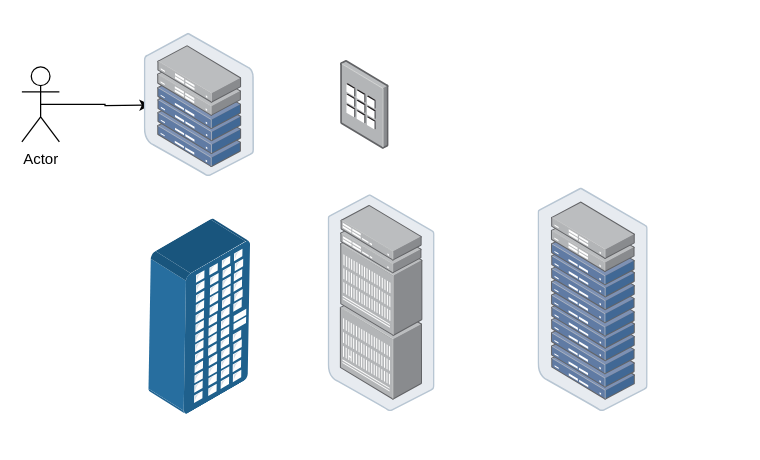
Above: 底层抽象原理.drawio in mingtian110/pc_home (draw.io), before the change. Source tidied: cells renumbered, new cells numbered last; positions are measured from the earlier drawing's top-left corner, leaving out a move shared by most shapes. Both pictures are drawn from the tidied source at 125%, with x=0, y=0 at pixel (21, 32).
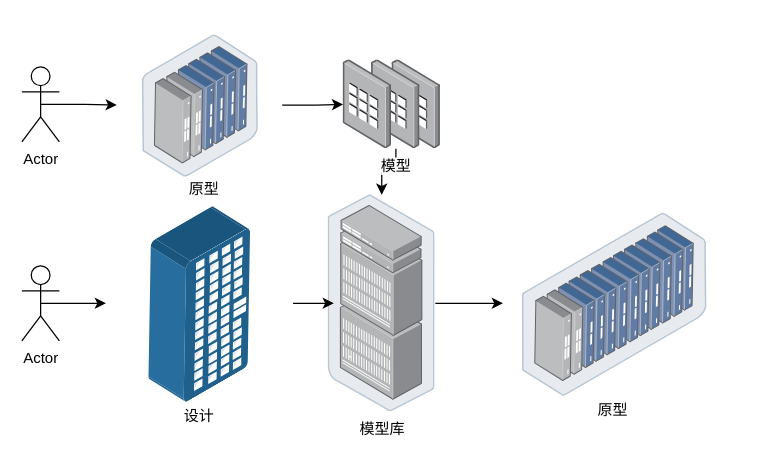
After the change.

Commit message:
更新底层抽象原理.drawio

What changed in the source:
```diff
@@
 <mxGraphModel>
   <root>
     <mxCell id="0" />
     <mxCell id="1" parent="0" />
-    <mxCell id="2" style="edgeStyle=orthogonalEdgeStyle;rounded=0;jettySize=auto;html=1;exitX=0.5;exitY=0.5;exitDx=0;exitDy=0;exitPerimeter=0;" parent="1" edge="1" source="3">
-      <mxGeometry relative="1" as="geometry">
-        <mxPoint x="103" y="57.5" as="targetPoint" />
-      </mxGeometry>
-    </mxCell>
+    <mxCell id="9" style="edgeStyle=orthogonalEdgeStyle;rounded=0;jettySize=auto;html=1;exitX=0.5;exitY=0.5;exitDx=0;exitDy=0;exitPerimeter=0;" parent="1" edge="1" source="3" target="7">
+      <mxGeometry relative="1" as="geometry" />
+    </mxCell>
     <mxCell id="3" value="Actor" style="shape=umlActor;verticalLabelPosition=bottom;verticalAlign=top;html=1;outlineConnect=0;" parent="1" vertex="1">
       <mxGeometry y="27" width="30" height="60" as="geometry" />
     </mxCell>
     <mxCell id="4" style="html=1;align=center;shadow=0;dashed=0;image;image=img/lib/allied_telesis/computer_and_terminals/Keypad.svg;" parent="1" vertex="1">
-      <mxGeometry x="255" y="22" width="39" height="71" as="geometry" />
+      <mxGeometry x="296.1" y="21.5" width="39" height="71" as="geometry" />
     </mxCell>
+    <mxCell id="10" style="edgeStyle=orthogonalEdgeStyle;rounded=0;jettySize=auto;html=1;" parent="1" edge="1" source="5" target="6">
+      <mxGeometry relative="1" as="geometry" />
+    </mxCell>
-    <mxCell id="5" style="points=[];html=1;align=center;shadow=0;dashed=0;image;image=img/lib/allied_telesis/storage/Datacenter_Server_Rack_EoR.svg;" parent="1" vertex="1">
+    <mxCell id="5" value="模型库" style="points=[];html=1;align=center;shadow=0;dashed=0;image;image=img/lib/allied_telesis/storage/Datacenter_Server_Rack_EoR.svg;" parent="1" vertex="1">
       <mxGeometry x="245" y="129.4" width="85.8" height="173.4" as="geometry" />
     </mxCell>
-    <mxCell id="6" style="points=[];html=1;align=center;shadow=0;dashed=0;image;image=img/lib/allied_telesis/storage/Datacenter_Server_Rack_ToR.svg;" parent="1" vertex="1">
-      <mxGeometry x="413" y="124" width="88.2" height="178.8" as="geometry" />
+    <mxCell id="6" style="points=[];html=1;align=center;shadow=0;dashed=0;image;image=img/lib/allied_telesis/storage/Datacenter_Server_Rack_ToR.svg;rotation=-120;" parent="1" vertex="1">
+      <mxGeometry x="429" y="126.7" width="88.2" height="178.8" as="geometry" />
     </mxCell>
+    <mxCell id="11" style="edgeStyle=orthogonalEdgeStyle;rounded=0;jettySize=auto;html=1;" parent="1" edge="1" source="7" target="18">
+      <mxGeometry relative="1" as="geometry" />
+    </mxCell>
-    <mxCell id="7" style="points=[];html=1;align=center;shadow=0;dashed=0;image;image=img/lib/allied_telesis/storage/Datacenter_Server_Half_Rack_ToR.svg;" parent="1" vertex="1">
+    <mxCell id="7" style="points=[];html=1;align=center;shadow=0;dashed=0;image;image=img/lib/allied_telesis/storage/Datacenter_Server_Half_Rack_ToR.svg;rotation=-120;" parent="1" vertex="1">
       <mxGeometry x="98" y="0.2" width="88.2" height="114.6" as="geometry" />
     </mxCell>
+    <mxCell id="12" style="edgeStyle=orthogonalEdgeStyle;rounded=0;jettySize=auto;html=1;" parent="1" edge="1" source="8" target="5">
+      <mxGeometry relative="1" as="geometry" />
+    </mxCell>
     <mxCell id="8" style="points=[];html=1;align=center;shadow=0;dashed=0;image;image=img/lib/allied_telesis/buildings/Long_Building.svg;rotation=-120;" parent="1" vertex="1">
-      <mxGeometry x="79.4" y="161" width="125.4" height="129.6" as="geometry" />
+      <mxGeometry x="79.4" y="151.3" width="125.4" height="129.6" as="geometry" />
     </mxCell>
+    <mxCell id="13" style="edgeStyle=orthogonalEdgeStyle;rounded=0;jettySize=auto;html=1;exitX=0.5;exitY=0.5;exitDx=0;exitDy=0;exitPerimeter=0;" parent="1" edge="1" source="14" target="8">
+      <mxGeometry relative="1" as="geometry" />
+    </mxCell>
+    <mxCell id="14" value="Actor" style="shape=umlActor;verticalLabelPosition=bottom;verticalAlign=top;html=1;outlineConnect=0;" parent="1" vertex="1">
+      <mxGeometry y="186.1" width="30" height="60" as="geometry" />
+    </mxCell>
+    <mxCell id="15" value="&lt;span style=&quot;background-color: rgb(255 , 255 , 255)&quot;&gt;设计&lt;/span&gt;" style="text;html=1;strokeColor=none;fillColor=none;align=center;verticalAlign=middle;whiteSpace=wrap;rounded=0;" parent="1" vertex="1">
+      <mxGeometry x="122" y="297" width="40" height="20" as="geometry" />
+    </mxCell>
+    <mxCell id="16" style="edgeStyle=orthogonalEdgeStyle;rounded=0;jettySize=auto;html=1;" parent="1" edge="1" source="17" target="5">
+      <mxGeometry relative="1" as="geometry" />
+    </mxCell>
+    <mxCell id="17" value="模型" style="points=[];html=1;align=center;shadow=0;dashed=0;image;image=img/lib/allied_telesis/computer_and_terminals/Keypad.svg;" parent="1" vertex="1">
+      <mxGeometry x="279.7" y="21.5" width="39" height="71" as="geometry" />
+    </mxCell>
+    <mxCell id="18" style="points=[];html=1;align=center;shadow=0;dashed=0;image;image=img/lib/allied_telesis/computer_and_terminals/Keypad.svg;" parent="1" vertex="1">
+      <mxGeometry x="257" y="21.5" width="39" height="71" as="geometry" />
+    </mxCell>
+    <mxCell id="19" value="原型" style="text;html=1;strokeColor=none;fillColor=none;align=center;verticalAlign=middle;whiteSpace=wrap;rounded=0;" parent="1" vertex="1">
+      <mxGeometry x="126" y="115" width="40" height="20" as="geometry" />
+    </mxCell>
+    <mxCell id="20" value="原型" style="text;html=1;strokeColor=none;fillColor=none;align=center;verticalAlign=middle;whiteSpace=wrap;rounded=0;" parent="1" vertex="1">
+      <mxGeometry x="453" y="292" width="40" height="20" as="geometry" />
+    </mxCell>
   </root>
 </mxGraphModel>
```
